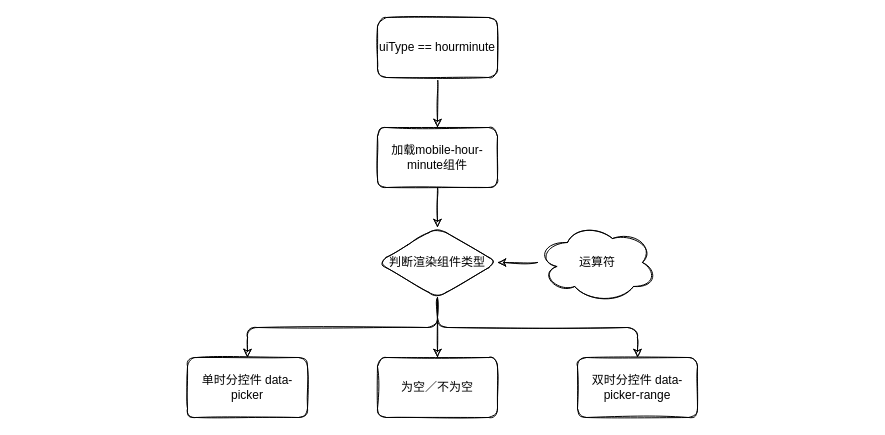
Above: Untitled Diagram.drawio in sparrowfly/huzyi (draw.io), before the change. Source tidied: cells renumbered, new cells numbered last; positions are measured from the earlier drawing's top-left corner, leaving out a move shared by most shapes. Both pictures are drawn from the tidied source at 100%, with x=0, y=0 at pixel (187, 17).
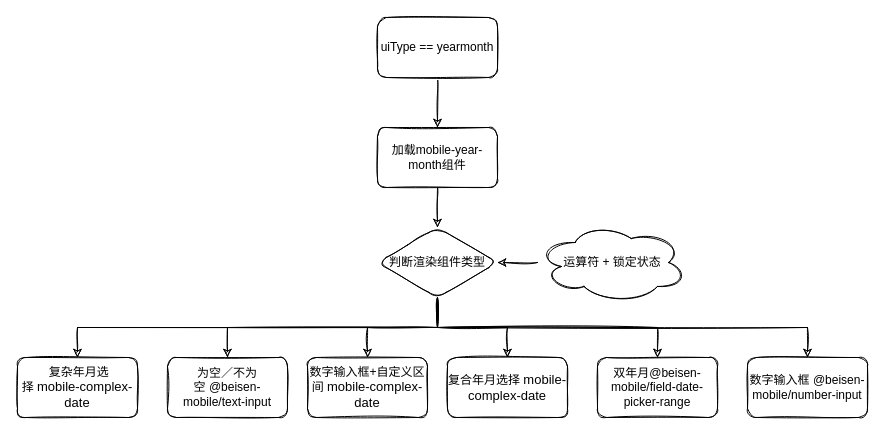
The same diagram, later.

The change refers to these unchanged cells:
```xml
<mxCell id="7" value="判断渲染组件类型" style="rhombus;whiteSpace=wrap;html=1;rounded=1;sketch=1;" parent="1" vertex="1">
  <mxGeometry x="190" y="210" width="120" height="70" as="geometry" />
</mxCell>
```

What changed in the source:
```diff
@@
-    <mxCell id="3" value="加载mobile-hour-minute组件" style="rounded=1;whiteSpace=wrap;html=1;sketch=1;" parent="1" vertex="1">
+    <mxCell id="3" value="加载mobile-year-month组件" style="rounded=1;whiteSpace=wrap;html=1;sketch=1;" parent="1" vertex="1">
       <mxGeometry x="190" y="110" width="120" height="60" as="geometry" />
     </mxCell>
+    <mxCell id="5" style="edgeStyle=orthogonalEdgeStyle;rounded=0;jettySize=auto;html=1;exitX=0.5;exitY=1;exitDx=0;exitDy=0;entryX=0.5;entryY=0;entryDx=0;entryDy=0;sketch=1;" parent="1" edge="1" source="7" target="9">
+      <mxGeometry relative="1" as="geometry" />
+    </mxCell>
-    <mxCell id="4" style="edgeStyle=orthogonalEdgeStyle;rounded=1;jettySize=auto;html=1;sketch=1;" parent="1" edge="1" source="7" target="8">
+    <mxCell id="4" style="edgeStyle=orthogonalEdgeStyle;rounded=0;jettySize=auto;html=1;exitX=0.5;exitY=1;exitDx=0;exitDy=0;sketch=1;" parent="1" edge="1" source="7" target="8">
       <mxGeometry relative="1" as="geometry" />
     </mxCell>
-    <mxCell id="5" style="edgeStyle=orthogonalEdgeStyle;rounded=1;jettySize=auto;html=1;exitX=0.5;exitY=1;exitDx=0;exitDy=0;entryX=0.5;entryY=0;entryDx=0;entryDy=0;sketch=1;" parent="1" edge="1" source="7" target="9">
-      <mxGeometry relative="1" as="geometry">
-        <Array as="points">
-          <mxPoint x="250" y="310" />
-          <mxPoint x="60" y="310" />
-        </Array>
-      </mxGeometry>
-    </mxCell>
-    <mxCell id="6" style="edgeStyle=orthogonalEdgeStyle;rounded=1;jettySize=auto;html=1;entryX=0.5;entryY=0;entryDx=0;entryDy=0;sketch=1;" parent="1" edge="1" source="7" target="10">
-      <mxGeometry relative="1" as="geometry">
-        <Array as="points">
-          <mxPoint x="250" y="310" />
-          <mxPoint x="450" y="310" />
-        </Array>
-      </mxGeometry>
+    <mxCell id="6" style="edgeStyle=orthogonalEdgeStyle;rounded=0;jettySize=auto;html=1;exitX=0.5;exitY=1;exitDx=0;exitDy=0;entryX=0.5;entryY=0;entryDx=0;entryDy=0;sketch=1;" parent="1" edge="1" source="7" target="10">
+      <mxGeometry relative="1" as="geometry" />
     </mxCell>
+    <mxCell id="15" style="edgeStyle=orthogonalEdgeStyle;rounded=0;jettySize=auto;html=1;exitX=0.5;exitY=1;exitDx=0;exitDy=0;sketch=1;" parent="1" edge="1" source="7" target="18">
+      <mxGeometry relative="1" as="geometry" />
+    </mxCell>
+    <mxCell id="16" style="edgeStyle=orthogonalEdgeStyle;rounded=0;jettySize=auto;html=1;exitX=0.5;exitY=1;exitDx=0;exitDy=0;sketch=1;" parent="1" edge="1" source="7" target="19">
+      <mxGeometry relative="1" as="geometry" />
+    </mxCell>
+    <mxCell id="17" style="edgeStyle=orthogonalEdgeStyle;rounded=0;jettySize=auto;html=1;exitX=0.5;exitY=1;exitDx=0;exitDy=0;sketch=1;" parent="1" edge="1" source="7" target="20">
+      <mxGeometry relative="1" as="geometry" />
+    </mxCell>
@@
-    <mxCell id="8" value="为空／不为空" style="rounded=1;whiteSpace=wrap;html=1;sketch=1;" parent="1" vertex="1">
-      <mxGeometry x="190" y="340" width="120" height="60" as="geometry" />
+    <mxCell id="8" value="为空／不为空&amp;nbsp;@beisen-mobile/text-input" style="rounded=1;whiteSpace=wrap;html=1;sketch=1;" parent="1" vertex="1">
+      <mxGeometry x="-20" y="340" width="120" height="60" as="geometry" />
     </mxCell>
-    <mxCell id="9" value="单时分控件 data-picker" style="rounded=1;whiteSpace=wrap;html=1;sketch=1;" parent="1" vertex="1">
-      <mxGeometry y="340" width="120" height="60" as="geometry" />
+    <mxCell id="9" value="&amp;nbsp;复杂年月选择&amp;nbsp;&lt;span style=&quot;font-family: &amp;#34;.sf ns text&amp;#34; ; font-size: 13px&quot;&gt;mobile-complex-date&lt;/span&gt;" style="rounded=1;whiteSpace=wrap;html=1;sketch=1;" parent="1" vertex="1">
+      <mxGeometry x="-170" y="340" width="120" height="60" as="geometry" />
     </mxCell>
-    <mxCell id="10" value="双时分控件 data-picker-range" style="rounded=1;whiteSpace=wrap;html=1;sketch=1;" parent="1" vertex="1">
-      <mxGeometry x="390" y="340" width="120" height="60" as="geometry" />
+    <mxCell id="10" value="数字输入框+自定义区间&amp;nbsp;&lt;span style=&quot;font-family: &amp;#34;.sf ns text&amp;#34; ; font-size: 13px&quot;&gt;mobile-complex-date&lt;/span&gt;" style="rounded=1;whiteSpace=wrap;html=1;sketch=1;" parent="1" vertex="1">
+      <mxGeometry x="120" y="340" width="120" height="60" as="geometry" />
     </mxCell>
-    <mxCell id="11" style="edgeStyle=orthogonalEdgeStyle;rounded=1;sketch=1;jettySize=auto;html=1;" parent="1" edge="1" source="12" target="7">
+    <mxCell id="11" style="edgeStyle=orthogonalEdgeStyle;rounded=1;jettySize=auto;html=1;sketch=1;" parent="1" edge="1" source="12" target="7">
       <mxGeometry relative="1" as="geometry" />
     </mxCell>
-    <mxCell id="12" value="运算符" style="ellipse;shape=cloud;whiteSpace=wrap;html=1;rounded=0;sketch=1;" parent="1" vertex="1">
-      <mxGeometry x="350" y="205" width="120" height="80" as="geometry" />
+    <mxCell id="12" value="运算符 + 锁定状态" style="ellipse;shape=cloud;whiteSpace=wrap;html=1;rounded=0;sketch=1;" parent="1" vertex="1">
+      <mxGeometry x="350" y="205" width="150" height="80" as="geometry" />
     </mxCell>
-    <mxCell id="13" style="edgeStyle=orthogonalEdgeStyle;rounded=1;sketch=1;jettySize=auto;html=1;" parent="1" edge="1" source="14" target="3">
+    <mxCell id="13" style="edgeStyle=orthogonalEdgeStyle;rounded=1;jettySize=auto;html=1;sketch=1;" parent="1" edge="1" source="14" target="3">
       <mxGeometry relative="1" as="geometry" />
     </mxCell>
-    <mxCell id="14" value="uiType == hourminute" style="whiteSpace=wrap;html=1;rounded=1;sketch=1;" parent="1" vertex="1">
+    <mxCell id="14" value="uiType == yearmonth" style="whiteSpace=wrap;html=1;rounded=1;sketch=1;" parent="1" vertex="1">
       <mxGeometry x="190" width="120" height="60" as="geometry" />
     </mxCell>
+    <mxCell id="18" value="复合年月选择&amp;nbsp;&lt;span style=&quot;font-family: &amp;#34;.sf ns text&amp;#34; ; font-size: 13px&quot;&gt;mobile-complex-date&lt;/span&gt;" style="rounded=1;whiteSpace=wrap;html=1;sketch=1;" parent="1" vertex="1">
+      <mxGeometry x="260" y="340" width="120" height="60" as="geometry" />
+    </mxCell>
+    <mxCell id="19" value="双年月@beisen-mobile/field-date-picker-range" style="rounded=1;whiteSpace=wrap;html=1;sketch=1;" parent="1" vertex="1">
+      <mxGeometry x="410" y="340" width="120" height="60" as="geometry" />
+    </mxCell>
+    <mxCell id="20" value="数字输入框 @beisen-mobile/number-input" style="rounded=1;whiteSpace=wrap;html=1;sketch=1;" parent="1" vertex="1">
+      <mxGeometry x="560" y="340" width="120" height="60" as="geometry" />
+    </mxCell>
```
